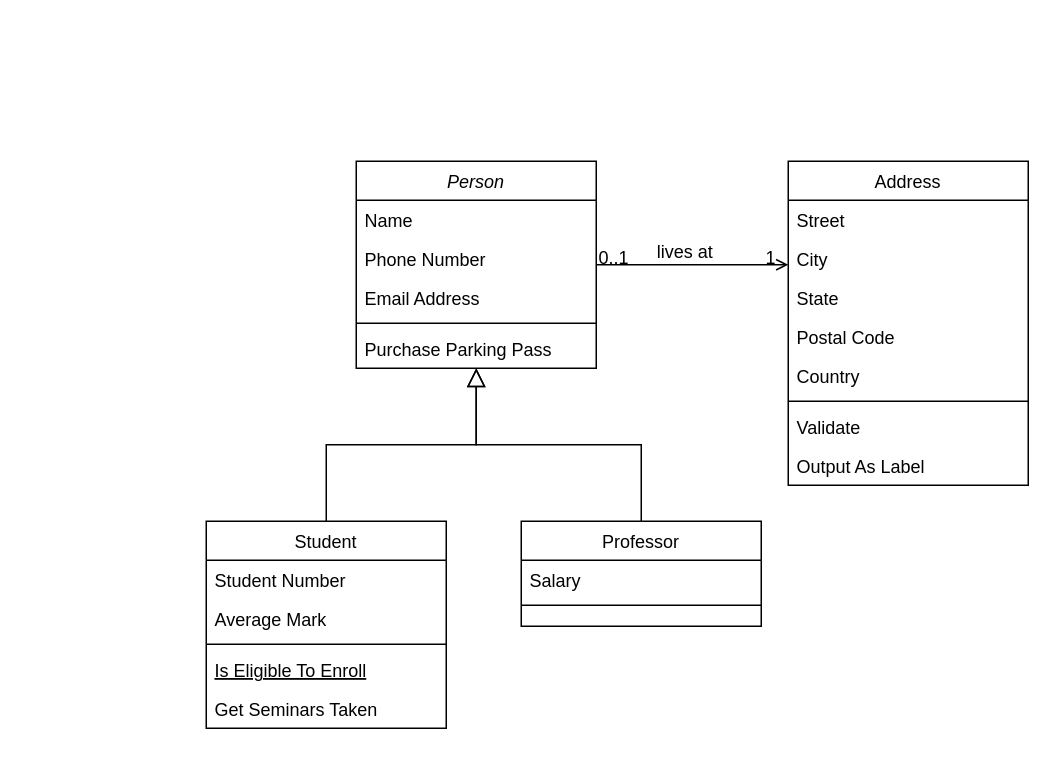
PedroAFG/estoquePlan keeps this draw.io diagram as estoquePlan.drawio. Above is the earlier version. Source tidied: cells renumbered, new cells numbered last; positions are measured from the earlier drawing's top-left corner, leaving out a move shared by most shapes. Both pictures are drawn from the tidied source at 150%, with x=0, y=0 at pixel (206, 160).
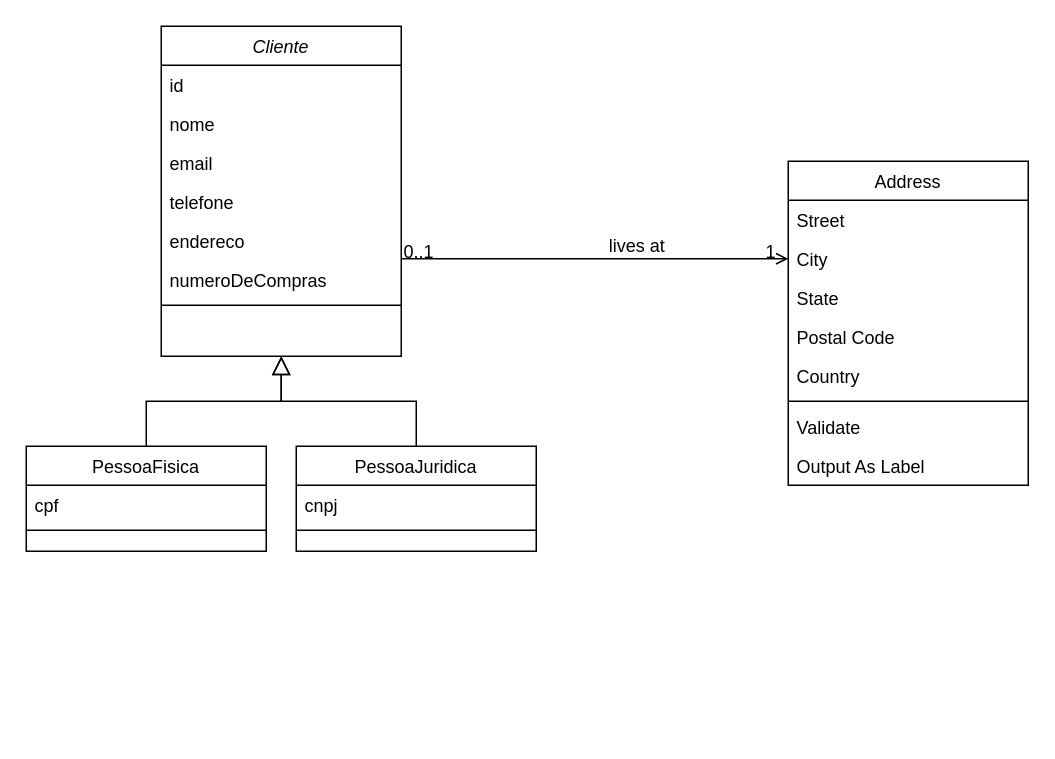
After the change.

Commit message:
Atualizando Cliente, PessoaF e PessoaJ estoquePlan.drawio

What changed in the source:
```diff
@@
-    <mxCell id="2" value="Person" style="swimlane;fontStyle=2;align=center;verticalAlign=top;horizontal=1;startSize=26;rounded=0;shadow=0;strokeWidth=1;" parent="1" vertex="1">
-      <mxGeometry x="100" width="160" height="138" as="geometry" />
+    <mxCell id="2" value="Cliente" style="swimlane;fontStyle=2;align=center;verticalAlign=top;horizontal=1;startSize=26;rounded=0;shadow=0;strokeWidth=1;" parent="1" vertex="1">
+      <mxGeometry x="-30" y="-90" width="160" height="220" as="geometry" />
     </mxCell>
-    <mxCell id="3" value="Name" style="text;align=left;verticalAlign=top;spacingLeft=4;spacingRight=4;overflow=hidden;" parent="2" vertex="1">
+    <mxCell id="3" value="id  " style="text;align=left;verticalAlign=top;spacingLeft=4;spacingRight=4;overflow=hidden;" parent="2" vertex="1">
       <mxGeometry y="26" width="160" height="26" as="geometry" />
     </mxCell>
-    <mxCell id="4" value="Phone Number" style="text;align=left;verticalAlign=top;spacingLeft=4;spacingRight=4;overflow=hidden;rounded=0;shadow=0;html=0;" parent="2" vertex="1">
+    <mxCell id="4" value="nome" style="text;align=left;verticalAlign=top;spacingLeft=4;spacingRight=4;overflow=hidden;rounded=0;shadow=0;html=0;" parent="2" vertex="1">
       <mxGeometry y="52" width="160" height="26" as="geometry" />
     </mxCell>
-    <mxCell id="5" value="Email Address" style="text;align=left;verticalAlign=top;spacingLeft=4;spacingRight=4;overflow=hidden;rounded=0;shadow=0;html=0;" parent="2" vertex="1">
+    <mxCell id="5" value="email" style="text;align=left;verticalAlign=top;spacingLeft=4;spacingRight=4;overflow=hidden;rounded=0;shadow=0;html=0;" parent="2" vertex="1">
       <mxGeometry y="78" width="160" height="26" as="geometry" />
     </mxCell>
+    <mxCell id="32" value="telefone&#10;" style="text;align=left;verticalAlign=top;spacingLeft=4;spacingRight=4;overflow=hidden;rounded=0;shadow=0;html=0;" parent="2" vertex="1">
+      <mxGeometry y="104" width="160" height="26" as="geometry" />
+    </mxCell>
+    <mxCell id="33" value="endereco" style="text;align=left;verticalAlign=top;spacingLeft=4;spacingRight=4;overflow=hidden;rounded=0;shadow=0;html=0;" parent="2" vertex="1">
+      <mxGeometry y="130" width="160" height="26" as="geometry" />
+    </mxCell>
+    <mxCell id="34" value="numeroDeCompras" style="text;align=left;verticalAlign=top;spacingLeft=4;spacingRight=4;overflow=hidden;rounded=0;shadow=0;html=0;" parent="2" vertex="1">
+      <mxGeometry y="156" width="160" height="26" as="geometry" />
+    </mxCell>
     <mxCell id="6" style="line;html=1;strokeWidth=1;align=left;verticalAlign=middle;spacingTop=-1;spacingLeft=3;spacingRight=3;labelPosition=right;" parent="2" vertex="1">
-      <mxGeometry y="104" width="160" height="8" as="geometry" />
+      <mxGeometry y="182" width="160" height="8" as="geometry" />
     </mxCell>
-    <mxCell id="7" value="Purchase Parking Pass" style="text;align=left;verticalAlign=top;spacingLeft=4;spacingRight=4;overflow=hidden;" parent="2" vertex="1">
-      <mxGeometry y="112" width="160" height="26" as="geometry" />
-    </mxCell>
-    <mxCell id="8" value="Student" style="swimlane;fontStyle=0;align=center;verticalAlign=top;horizontal=1;startSize=26;rounded=0;shadow=0;strokeWidth=1;" parent="1" vertex="1">
-      <mxGeometry y="240" width="160" height="138" as="geometry" />
+    <mxCell id="8" value="PessoaFisica" style="swimlane;fontStyle=0;align=center;verticalAlign=top;horizontal=1;startSize=26;rounded=0;shadow=0;strokeWidth=1;" parent="1" vertex="1">
+      <mxGeometry x="-120" y="190" width="160" height="70" as="geometry" />
     </mxCell>
-    <mxCell id="9" value="Student Number" style="text;align=left;verticalAlign=top;spacingLeft=4;spacingRight=4;overflow=hidden;" parent="8" vertex="1">
+    <mxCell id="9" value="cpf" style="text;align=left;verticalAlign=top;spacingLeft=4;spacingRight=4;overflow=hidden;" parent="8" vertex="1">
       <mxGeometry y="26" width="160" height="26" as="geometry" />
     </mxCell>
-    <mxCell id="10" value="Average Mark" style="text;align=left;verticalAlign=top;spacingLeft=4;spacingRight=4;overflow=hidden;rounded=0;shadow=0;html=0;" parent="8" vertex="1">
-      <mxGeometry y="52" width="160" height="26" as="geometry" />
-    </mxCell>
     <mxCell id="11" style="line;html=1;strokeWidth=1;align=left;verticalAlign=middle;spacingTop=-1;spacingLeft=3;spacingRight=3;labelPosition=right;" parent="8" vertex="1">
-      <mxGeometry y="78" width="160" height="8" as="geometry" />
+      <mxGeometry y="52" width="160" height="8" as="geometry" />
     </mxCell>
-    <mxCell id="12" value="Is Eligible To Enroll" style="text;align=left;verticalAlign=top;spacingLeft=4;spacingRight=4;overflow=hidden;fontStyle=4;" parent="8" vertex="1">
-      <mxGeometry y="86" width="160" height="26" as="geometry" />
-    </mxCell>
-    <mxCell id="13" value="Get Seminars Taken" style="text;align=left;verticalAlign=top;spacingLeft=4;spacingRight=4;overflow=hidden;" parent="8" vertex="1">
-      <mxGeometry y="112" width="160" height="26" as="geometry" />
-    </mxCell>
@@
-    <mxCell id="15" value="Professor" style="swimlane;fontStyle=0;align=center;verticalAlign=top;horizontal=1;startSize=26;rounded=0;shadow=0;strokeWidth=1;" parent="1" vertex="1">
-      <mxGeometry x="210" y="240" width="160" height="70" as="geometry" />
+    <mxCell id="15" value="PessoaJuridica" style="swimlane;fontStyle=0;align=center;verticalAlign=top;horizontal=1;startSize=26;rounded=0;shadow=0;strokeWidth=1;" parent="1" vertex="1">
+      <mxGeometry x="60" y="190" width="160" height="70" as="geometry" />
     </mxCell>
-    <mxCell id="16" value="Salary" style="text;align=left;verticalAlign=top;spacingLeft=4;spacingRight=4;overflow=hidden;" parent="15" vertex="1">
+    <mxCell id="16" value="cnpj" style="text;align=left;verticalAlign=top;spacingLeft=4;spacingRight=4;overflow=hidden;" parent="15" vertex="1">
       <mxGeometry y="26" width="160" height="26" as="geometry" />
     </mxCell>
```
